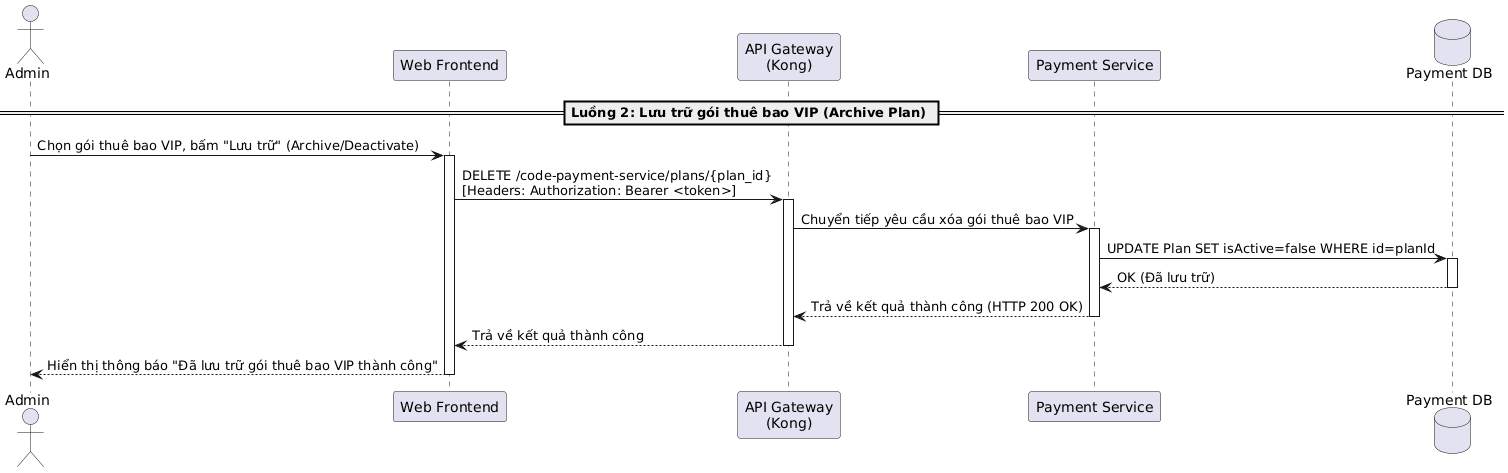
Above: latex/contents/Sequence/UML-Sequence-25.png in 20206205Tech/docs-latex (PlantUML), before the change. Source of this version:
```plantuml
@startuml
actor "Admin" as Admin
participant "Web Frontend" as Frontend
participant "API Gateway\n(Kong)" as Kong
participant "Payment Service" as PaymentService
database "Payment DB" as DB

== Luồng 2: Lưu trữ gói thuê bao VIP (Archive Plan) ==
Admin -> Frontend: Chọn gói thuê bao VIP, bấm "Lưu trữ" (Archive/Deactivate)
activate Frontend
Frontend -> Kong: DELETE /code-payment-service/plans/{plan_id}\n[Headers: Authorization: Bearer <token>]
activate Kong
Kong -> PaymentService: Chuyển tiếp yêu cầu xóa gói thuê bao VIP
activate PaymentService

PaymentService -> DB: UPDATE Plan SET isActive=false WHERE id=planId
activate DB
DB --> PaymentService: OK (Đã lưu trữ)
deactivate DB

PaymentService --> Kong: Trả về kết quả thành công (HTTP 200 OK)
deactivate PaymentService
Kong --> Frontend: Trả về kết quả thành công
deactivate Kong
Frontend --> Admin: Hiển thị thông báo "Đã lưu trữ gói thuê bao VIP thành công"
deactivate Frontend
@enduml
```
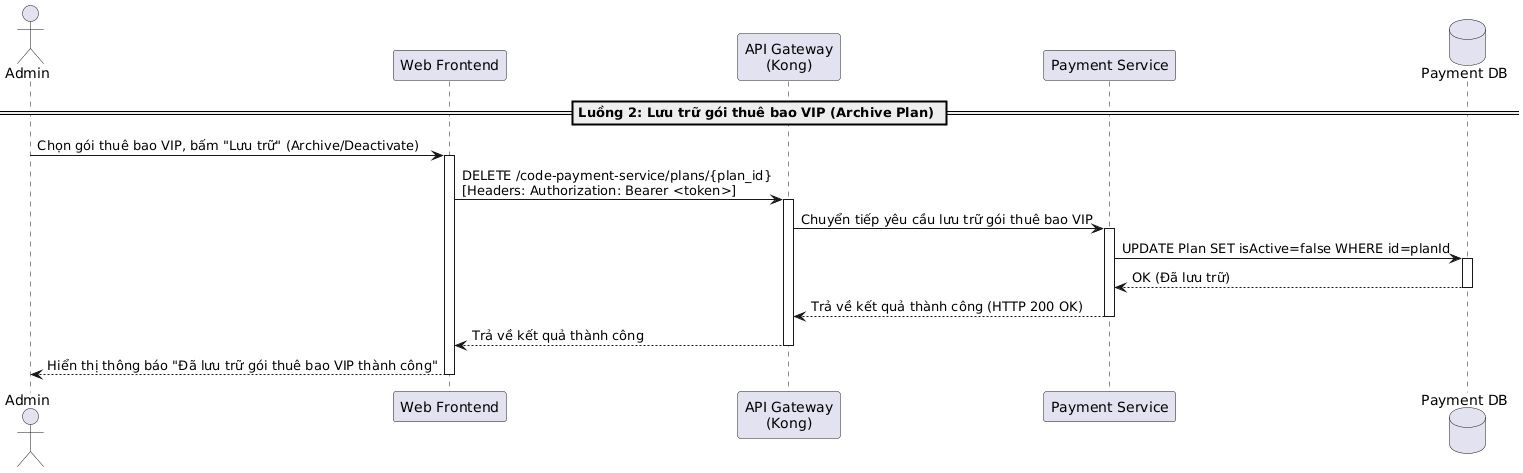
After the change.

What changed in the source:
```diff
@@ -10,7 +10,7 @@
 activate Frontend
 Frontend -> Kong: DELETE /code-payment-service/plans/{plan_id}\n[Headers: Authorization: Bearer <token>]
 activate Kong
-Kong -> PaymentService: Chuyển tiếp yêu cầu xóa gói thuê bao VIP
+Kong -> PaymentService: Chuyển tiếp yêu cầu lưu trữ gói thuê bao VIP
 activate PaymentService
 
 PaymentService -> DB: UPDATE Plan SET isActive=false WHERE id=planId
```
